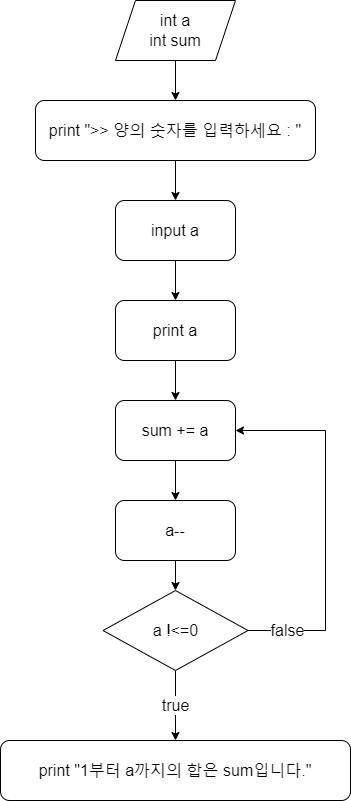
This is Loop04.png from yerinfan/Algorithm, a draw.io export, as it was before one commit. Source tidied: cells renumbered, new cells last; positions are measured from the earlier drawing's top-left corner, leaving out a move shared by most shapes. Its diagram source:
```xml
<mxGraphModel>
  <root>
    <mxCell id="0" />
    <mxCell id="1" parent="0" />
    <mxCell id="2" style="edgeStyle=orthogonalEdgeStyle;rounded=0;jettySize=auto;html=1;fontFamily=Helvetica;fontSize=16;fontColor=default;" parent="1" edge="1" source="3" target="5">
      <mxGeometry relative="1" as="geometry" />
    </mxCell>
    <mxCell id="3" value="int a&lt;div&gt;int sum&lt;/div&gt;" style="shape=parallelogram;perimeter=parallelogramPerimeter;whiteSpace=wrap;html=1;fixedSize=1;fontSize=16;" parent="1" vertex="1">
      <mxGeometry x="115" width="120" height="60" as="geometry" />
    </mxCell>
    <mxCell id="4" style="edgeStyle=orthogonalEdgeStyle;rounded=0;jettySize=auto;html=1;fontFamily=Helvetica;fontSize=16;fontColor=default;" parent="1" edge="1" source="5" target="7">
      <mxGeometry relative="1" as="geometry" />
    </mxCell>
    <mxCell id="5" value="print &quot;&amp;gt;&amp;gt; 양의 숫자를 입력하세요 : &quot;" style="rounded=1;whiteSpace=wrap;html=1;strokeColor=default;align=center;verticalAlign=middle;fontFamily=Helvetica;fontSize=16;fontColor=default;fillColor=default;" parent="1" vertex="1">
      <mxGeometry x="35" y="100" width="280" height="60" as="geometry" />
    </mxCell>
    <mxCell id="6" style="edgeStyle=orthogonalEdgeStyle;rounded=0;jettySize=auto;html=1;exitX=0.5;exitY=1;exitDx=0;exitDy=0;fontFamily=Helvetica;fontSize=16;fontColor=default;" parent="1" edge="1" source="7" target="9">
      <mxGeometry relative="1" as="geometry" />
    </mxCell>
    <mxCell id="7" value="input a" style="rounded=1;whiteSpace=wrap;html=1;strokeColor=default;align=center;verticalAlign=middle;fontFamily=Helvetica;fontSize=16;fontColor=default;fillColor=default;" parent="1" vertex="1">
      <mxGeometry x="115" y="200" width="120" height="60" as="geometry" />
    </mxCell>
    <mxCell id="8" style="edgeStyle=orthogonalEdgeStyle;rounded=0;jettySize=auto;html=1;exitX=0.5;exitY=1;exitDx=0;exitDy=0;fontFamily=Helvetica;fontSize=16;fontColor=default;" parent="1" edge="1" source="9" target="11">
      <mxGeometry relative="1" as="geometry" />
    </mxCell>
    <mxCell id="9" value="print a" style="rounded=1;whiteSpace=wrap;html=1;strokeColor=default;align=center;verticalAlign=middle;fontFamily=Helvetica;fontSize=16;fontColor=default;fillColor=default;" parent="1" vertex="1">
      <mxGeometry x="115" y="300" width="120" height="60" as="geometry" />
    </mxCell>
    <mxCell id="10" style="edgeStyle=orthogonalEdgeStyle;rounded=0;jettySize=auto;html=1;exitX=0.5;exitY=1;exitDx=0;exitDy=0;fontFamily=Helvetica;fontSize=16;fontColor=default;" parent="1" edge="1" source="11" target="13">
      <mxGeometry relative="1" as="geometry" />
    </mxCell>
    <mxCell id="11" value="sum += a" style="rounded=1;whiteSpace=wrap;html=1;strokeColor=default;align=center;verticalAlign=middle;fontFamily=Helvetica;fontSize=16;fontColor=default;fillColor=default;" parent="1" vertex="1">
      <mxGeometry x="115" y="400" width="120" height="60" as="geometry" />
    </mxCell>
    <mxCell id="12" style="edgeStyle=orthogonalEdgeStyle;rounded=0;jettySize=auto;html=1;exitX=0.5;exitY=1;exitDx=0;exitDy=0;fontFamily=Helvetica;fontSize=16;fontColor=default;" parent="1" edge="1" source="13" target="15">
      <mxGeometry relative="1" as="geometry" />
    </mxCell>
    <mxCell id="13" value="a--" style="rounded=1;whiteSpace=wrap;html=1;strokeColor=default;align=center;verticalAlign=middle;fontFamily=Helvetica;fontSize=16;fontColor=default;fillColor=default;" parent="1" vertex="1">
      <mxGeometry x="115" y="500" width="120" height="60" as="geometry" />
    </mxCell>
    <mxCell id="14" value="true" style="edgeStyle=orthogonalEdgeStyle;rounded=0;jettySize=auto;html=1;fontFamily=Helvetica;fontSize=16;fontColor=default;" parent="1" edge="1" source="15">
      <mxGeometry relative="1" as="geometry">
        <mxPoint x="175" y="740" as="targetPoint" />
      </mxGeometry>
    </mxCell>
    <mxCell id="15" value="a !&amp;lt;=0" style="rhombus;whiteSpace=wrap;html=1;strokeColor=default;align=center;verticalAlign=middle;fontFamily=Helvetica;fontSize=16;fontColor=default;fillColor=default;" parent="1" vertex="1">
      <mxGeometry x="102.5" y="590" width="145" height="80" as="geometry" />
    </mxCell>
    <mxCell id="16" value="false" style="endArrow=none;html=1;rounded=0;fontFamily=Helvetica;fontSize=16;fontColor=default;exitX=1;exitY=0.5;exitDx=0;exitDy=0;" parent="1" edge="1" source="15">
      <mxGeometry relative="1" as="geometry">
        <mxPoint x="325" y="630" as="targetPoint" />
      </mxGeometry>
    </mxCell>
    <mxCell id="17" style="endArrow=none;html=1;rounded=0;fontFamily=Helvetica;fontSize=16;fontColor=default;" parent="1" edge="1">
      <mxGeometry relative="1" as="geometry">
        <mxPoint x="325" y="430" as="sourcePoint" />
        <mxPoint x="325" y="630" as="targetPoint" />
      </mxGeometry>
    </mxCell>
    <mxCell id="18" style="endArrow=classic;html=1;rounded=0;fontFamily=Helvetica;fontSize=16;fontColor=default;entryX=1;entryY=0.5;entryDx=0;entryDy=0;" parent="1" edge="1" target="11">
      <mxGeometry relative="1" as="geometry">
        <mxPoint x="325" y="430" as="sourcePoint" />
      </mxGeometry>
    </mxCell>
    <mxCell id="19" value="print &quot;1부터 a까지의 합은 sum입니다.&quot;" style="rounded=1;whiteSpace=wrap;html=1;strokeColor=default;align=center;verticalAlign=middle;fontFamily=Helvetica;fontSize=16;fontColor=default;fillColor=default;" parent="1" vertex="1">
      <mxGeometry y="740" width="350" height="60" as="geometry" />
    </mxCell>
  </root>
</mxGraphModel>
```
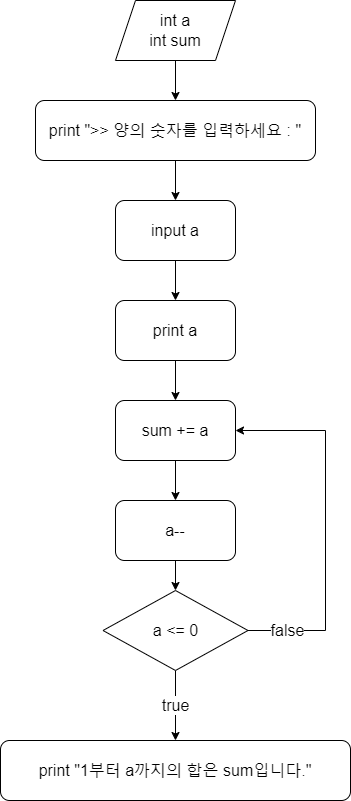
After the commit.

Change to the diagram source:
```diff
@@ -43,7 +43,7 @@
         <mxPoint x="175" y="740" as="targetPoint" />
       </mxGeometry>
     </mxCell>
-    <mxCell id="15" value="a !&amp;lt;=0" style="rhombus;whiteSpace=wrap;html=1;strokeColor=default;align=center;verticalAlign=middle;fontFamily=Helvetica;fontSize=16;fontColor=default;fillColor=default;" parent="1" vertex="1">
+    <mxCell id="15" value="a &amp;lt;= 0" style="rhombus;whiteSpace=wrap;html=1;strokeColor=default;align=center;verticalAlign=middle;fontFamily=Helvetica;fontSize=16;fontColor=default;fillColor=default;" parent="1" vertex="1">
       <mxGeometry x="102.5" y="590" width="145" height="80" as="geometry" />
     </mxCell>
     <mxCell id="16" value="false" style="endArrow=none;html=1;rounded=0;fontFamily=Helvetica;fontSize=16;fontColor=default;exitX=1;exitY=0.5;exitDx=0;exitDy=0;" parent="1" edge="1" source="15">
```
